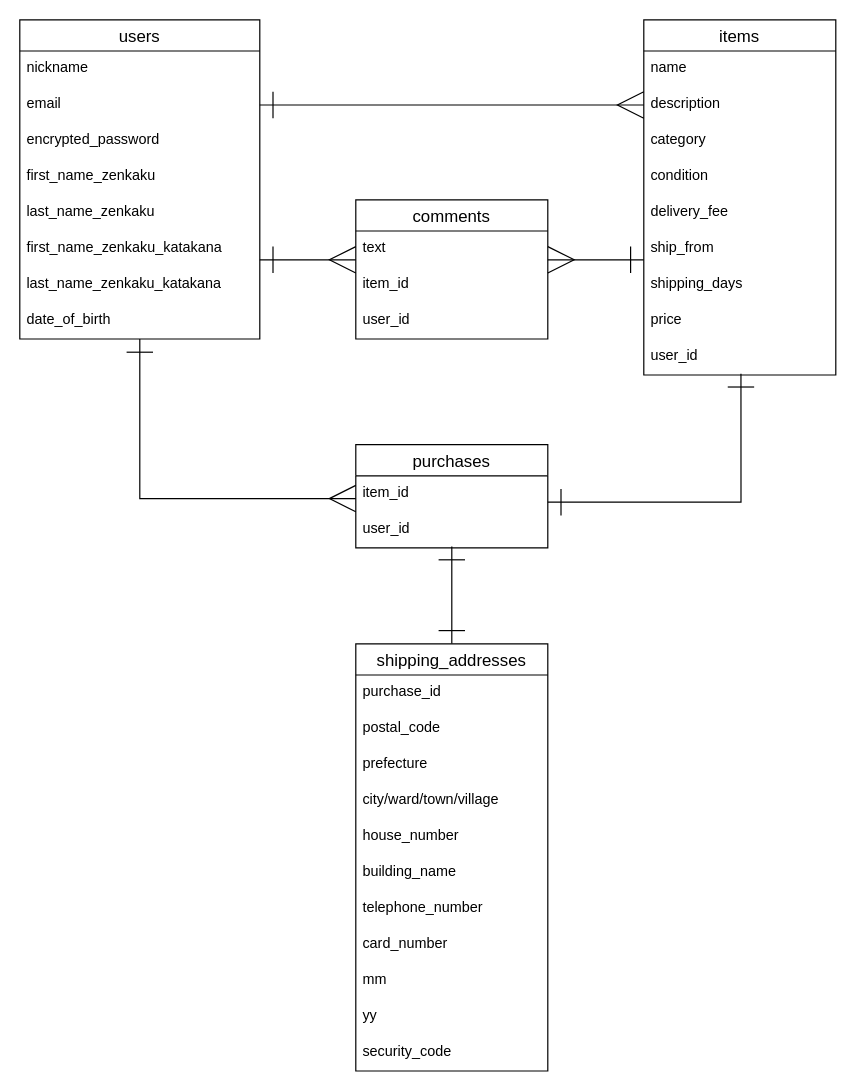
The draw.io diagram ER.dio in murataholic/furima-36027, before the edit. Source tidied: cells renumbered, new cells numbered last; positions are measured from the earlier drawing's top-left corner, leaving out a move shared by most shapes. Both pictures are drawn from the tidied source at 120%, with x=0, y=0 at pixel (19, 19).
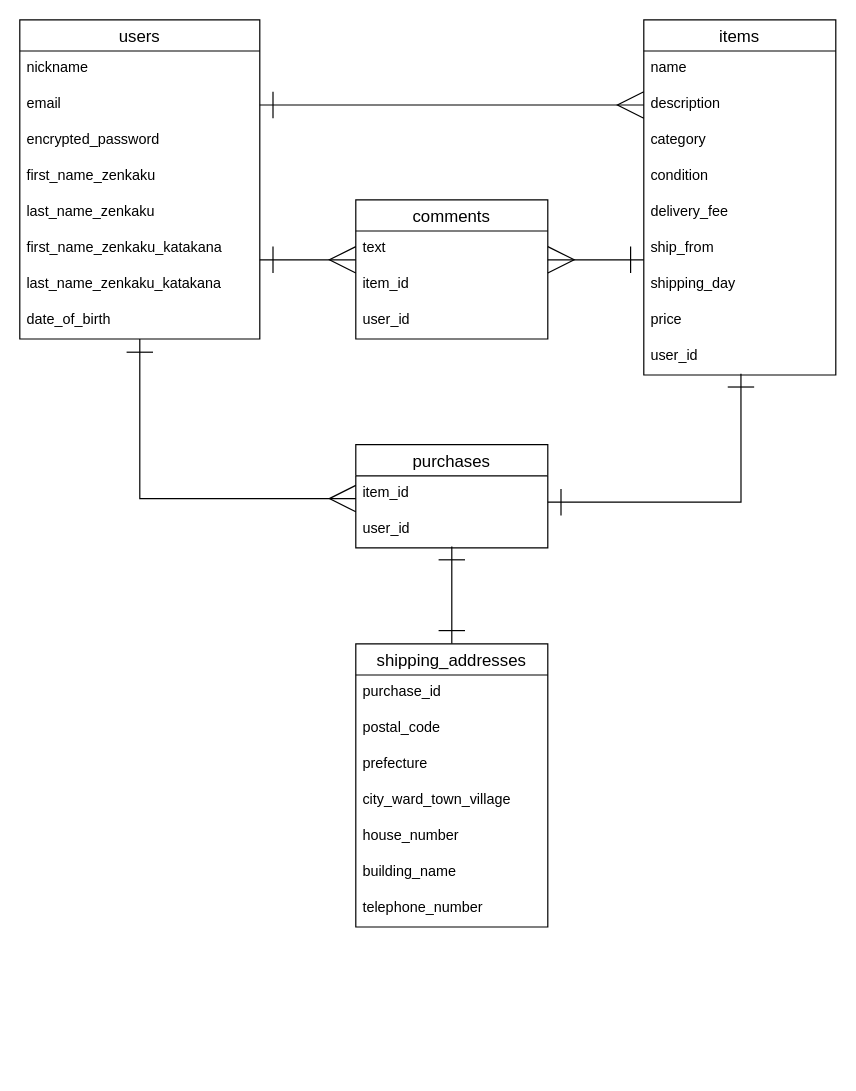
After the change.

Commit message (it also covers changes not shown here):
データベースの記述（修正１回目）

Unchanged cells that the change refers to:
```xml
<mxCell id="11" value="items" style="swimlane;fontStyle=0;horizontal=1;startSize=26;align=center;fontSize=14;" parent="1" vertex="1">
  <mxGeometry x="520" width="160" height="296" as="geometry" />
</mxCell>
```

What changed in the source:
```diff
@@
-    <mxCell id="18" value="shipping_days" style="text;strokeColor=none;fillColor=none;spacingLeft=4;spacingRight=4;overflow=hidden;fontSize=12;" parent="11" vertex="1">
+    <mxCell id="18" value="shipping_day" style="text;strokeColor=none;fillColor=none;spacingLeft=4;spacingRight=4;overflow=hidden;fontSize=12;" parent="11" vertex="1">
       <mxGeometry y="206" width="160" height="30" as="geometry" />
     </mxCell>
@@
     <mxCell id="30" value="shipping_addresses" style="swimlane;fontStyle=0;horizontal=1;startSize=26;align=center;fontSize=14;" parent="1" vertex="1">
-      <mxGeometry x="280" y="520" width="160" height="356" as="geometry" />
+      <mxGeometry x="280" y="520" width="160" height="236" as="geometry" />
     </mxCell>
@@
-    <mxCell id="34" value="city/ward/town/village" style="text;strokeColor=none;fillColor=none;spacingLeft=4;spacingRight=4;overflow=hidden;fontSize=12;" parent="30" vertex="1">
+    <mxCell id="34" value="city_ward_town_village" style="text;strokeColor=none;fillColor=none;spacingLeft=4;spacingRight=4;overflow=hidden;fontSize=12;" parent="30" vertex="1">
       <mxGeometry y="116" width="160" height="30" as="geometry" />
     </mxCell>
@@
-    <mxCell id="38" value="card_number" style="text;strokeColor=none;fillColor=none;spacingLeft=4;spacingRight=4;overflow=hidden;fontSize=12;" parent="30" vertex="1">
-      <mxGeometry y="236" width="160" height="30" as="geometry" />
-    </mxCell>
-    <mxCell id="39" value="mm" style="text;strokeColor=none;fillColor=none;spacingLeft=4;spacingRight=4;overflow=hidden;fontSize=12;" parent="30" vertex="1">
-      <mxGeometry y="266" width="160" height="30" as="geometry" />
-    </mxCell>
-    <mxCell id="40" value="yy" style="text;strokeColor=none;fillColor=none;spacingLeft=4;spacingRight=4;overflow=hidden;fontSize=12;" parent="30" vertex="1">
-      <mxGeometry y="296" width="160" height="30" as="geometry" />
-    </mxCell>
-    <mxCell id="41" value="security_code" style="text;strokeColor=none;fillColor=none;spacingLeft=4;spacingRight=4;overflow=hidden;fontSize=12;" parent="30" vertex="1">
-      <mxGeometry y="326" width="160" height="30" as="geometry" />
-    </mxCell>
```
